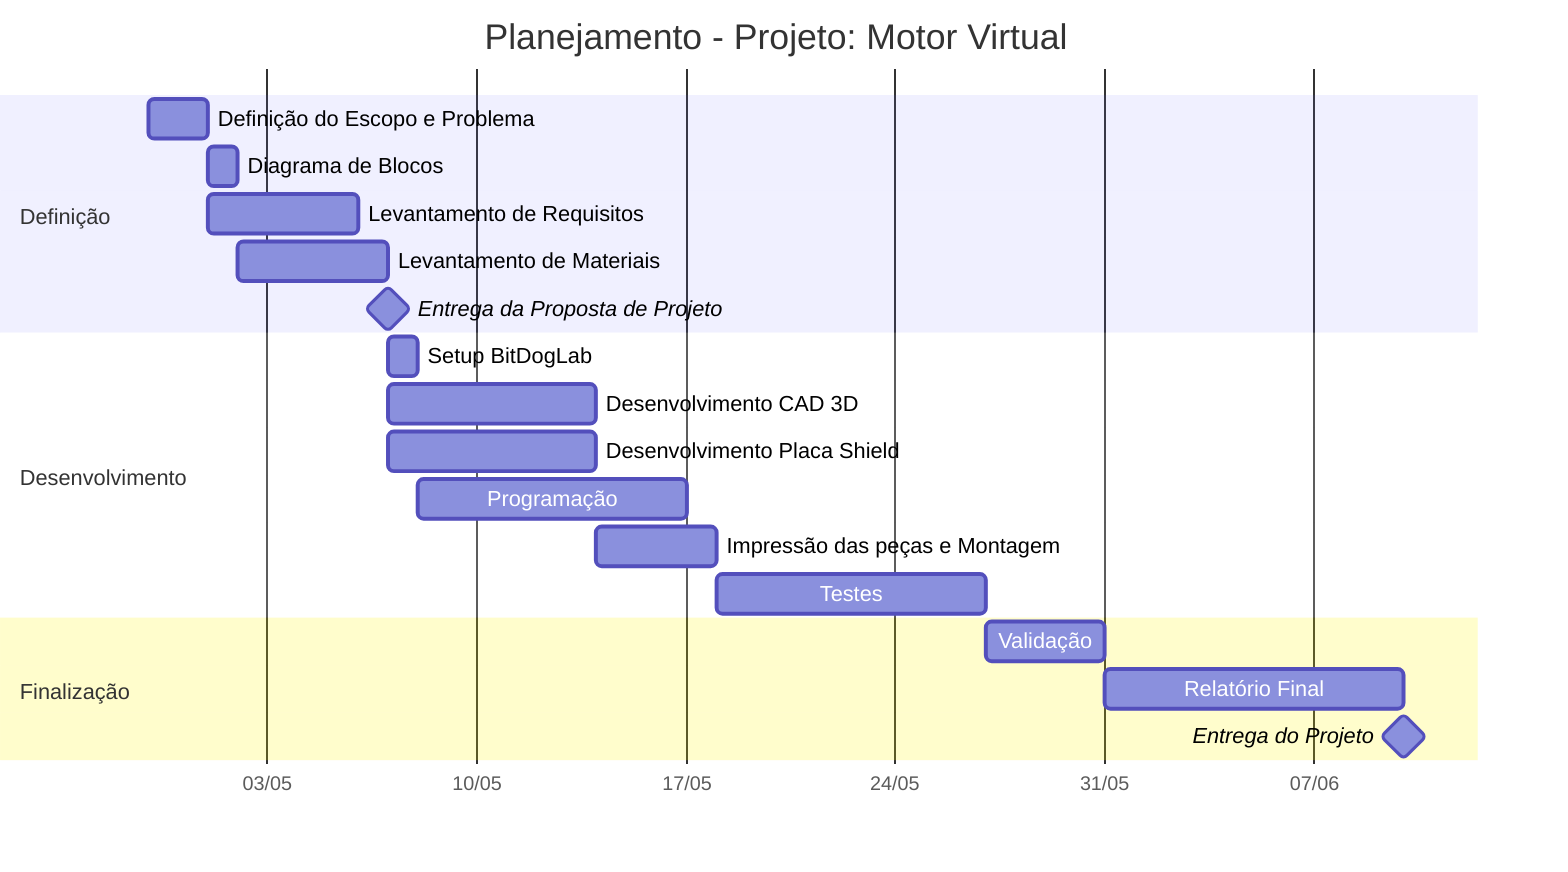
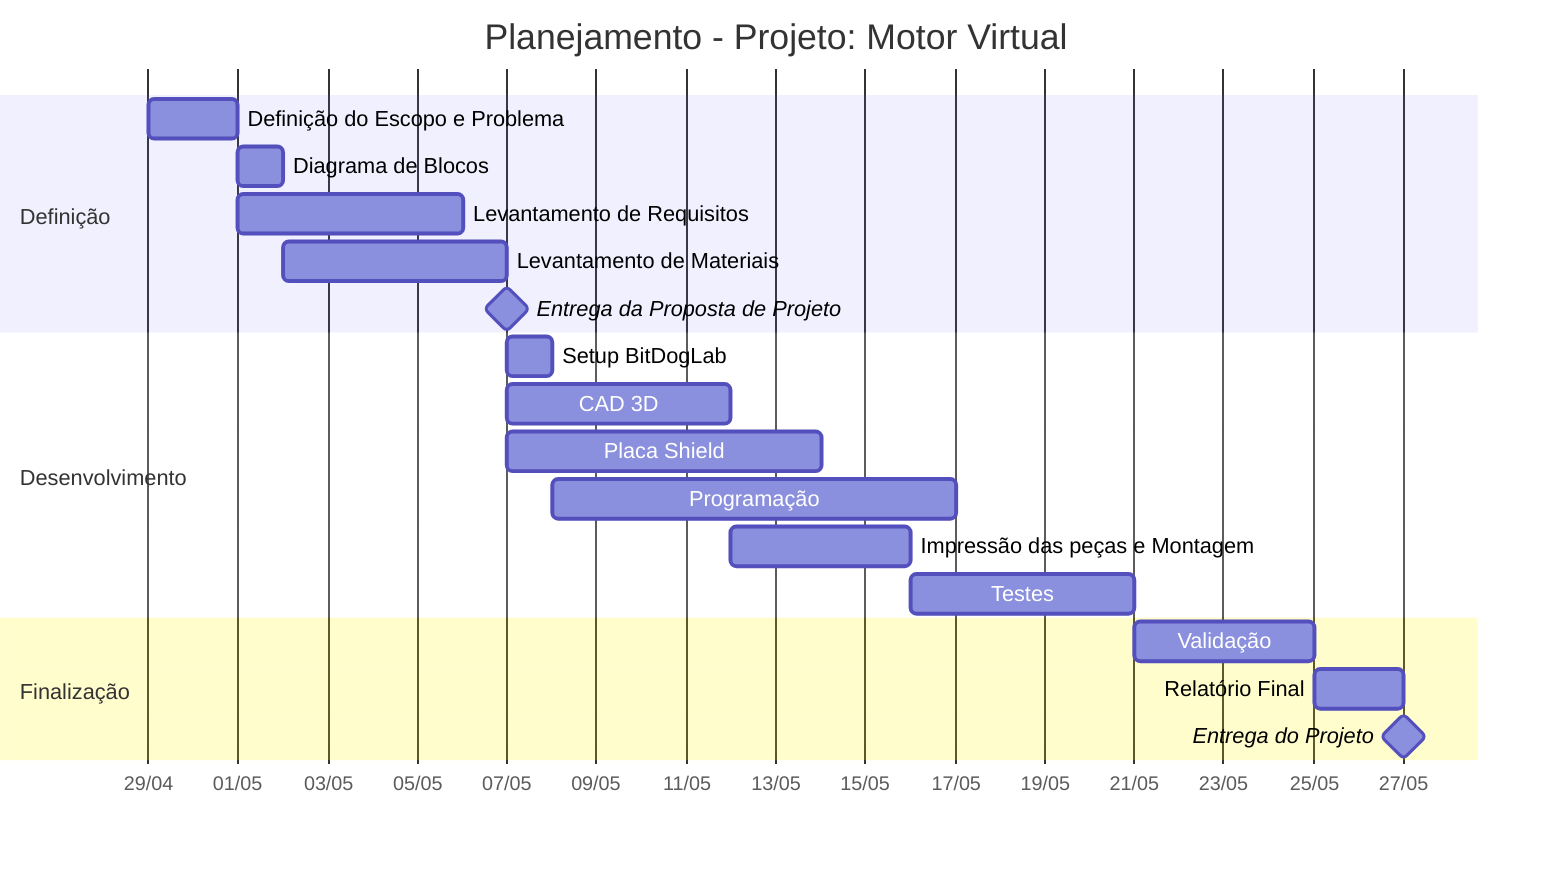
gantt
    title Planejamento - Projeto: Motor Virtual
    dateFormat  DD-MM-YYYY
    axisFormat  %d/%m
    todayMarker off

    section Definição
    Definição do Escopo e Problema           :a1, 29-04-2026, 2d
    Diagrama de Blocos                       :a2, after a1, 1d
    Levantamento de Requisitos               :a3, after a1, 5d
    Levantamento de Materiais                :a4, after a2, 5d
    Entrega da Proposta de Projeto           :milestone, m1, after a4, 07-05-2026

    section Desenvolvimento
    Setup BitDogLab                          :b1, after m1, 1d
-     Desenvolvimento CAD 3D                   :b2, after m1, 7d
-     Desenvolvimento Placa Shield             :b3, after m1, 7d
+     CAD 3D                                   :b2, after m1, 5d
+     Placa Shield                             :b3, after m1, 7d
    Programação                              :b4, after b1, 9d
    Impressão das peças e Montagem           :b5, after b2, 4d
-     Testes                                   :b6, after b5, 9d
+     Testes                                   :b6, after b5, 5d

    section Finalização
    Validação                                :c1, after b6, 4d
-     Relatório Final                          :c2, after c1, 10-06-2026
+     Relatório Final                          :c2, after c1, 27-05-2026
    Entrega do Projeto                       :milestone, after c2, 0d